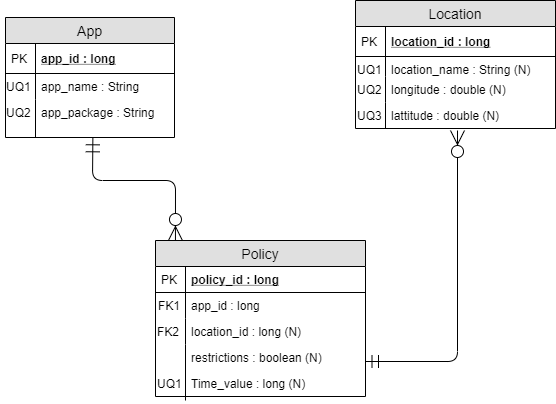
This is docs/erd.png from TraceDecker/the-watcher, a draw.io export, as it was before one commit. Source tidied: cells renumbered, new cells last; positions are measured from the earlier drawing's top-left corner, leaving out a move shared by most shapes. The source it was exported from:
```xml
<mxGraphModel background="#ffffff">
  <root>
    <mxCell id="0" />
    <mxCell id="1" parent="0" />
    <mxCell id="2" value="App" style="swimlane;fontStyle=0;horizontal=1;startSize=26;fillColor=#e0e0e0;swimlaneFillColor=#ffffff;align=center;fontSize=14;" parent="1" vertex="1">
      <mxGeometry x="5" y="17" width="169" height="120" as="geometry" />
    </mxCell>
    <mxCell id="3" value="app_id : long" style="shape=partialRectangle;top=0;left=0;right=0;bottom=1;align=left;verticalAlign=middle;fillColor=none;spacingLeft=34;spacingRight=4;overflow=hidden;fontStyle=5;fontSize=12;" parent="2" vertex="1">
      <mxGeometry y="26" width="169" height="30" as="geometry" />
    </mxCell>
    <mxCell id="4" value="PK" style="shape=partialRectangle;top=0;left=0;bottom=0;fillColor=none;align=left;verticalAlign=middle;spacingLeft=4;spacingRight=4;overflow=hidden;fontSize=12;" parent="3" vertex="1">
      <mxGeometry width="30" height="30" as="geometry" />
    </mxCell>
    <mxCell id="5" value="app_name : String" style="shape=partialRectangle;top=0;left=0;right=0;bottom=0;align=left;verticalAlign=top;fillColor=none;spacingLeft=34;spacingRight=4;overflow=hidden;fontSize=12;" parent="2" vertex="1">
      <mxGeometry y="56" width="169" height="26" as="geometry" />
    </mxCell>
    <mxCell id="6" value="UQ1" style="shape=partialRectangle;top=0;left=0;bottom=0;fillColor=none;align=left;verticalAlign=top;spacingLeft=4;spacingRight=4;overflow=hidden;fontSize=12;" parent="5" vertex="1">
      <mxGeometry x="-5" width="35" height="26" as="geometry" />
    </mxCell>
    <mxCell id="7" value="app_package : String" style="shape=partialRectangle;top=0;left=0;right=0;bottom=0;align=left;verticalAlign=top;fillColor=none;spacingLeft=34;spacingRight=4;overflow=hidden;points=[[0,0.5],[1,0.5]];portConstraint=eastwest;fontSize=12;" parent="2" vertex="1">
      <mxGeometry y="82" width="169" height="38" as="geometry" />
    </mxCell>
    <mxCell id="8" value="UQ2" style="shape=partialRectangle;top=0;left=0;bottom=0;fillColor=none;align=left;verticalAlign=top;spacingLeft=4;spacingRight=4;overflow=hidden;fontSize=12;" parent="7" vertex="1">
      <mxGeometry x="-5" width="35" height="38" as="geometry" />
    </mxCell>
    <mxCell id="9" value="Location" style="swimlane;fontStyle=0;horizontal=1;startSize=26;fillColor=#e0e0e0;swimlaneFillColor=#ffffff;align=center;fontSize=14;" parent="1" vertex="1">
      <mxGeometry x="355" width="200" height="128" as="geometry" />
    </mxCell>
    <mxCell id="10" value="location_id : long" style="shape=partialRectangle;top=0;left=0;right=0;bottom=1;align=left;verticalAlign=middle;fillColor=none;spacingLeft=34;spacingRight=4;overflow=hidden;fontStyle=5;fontSize=12;" parent="9" vertex="1">
      <mxGeometry y="26" width="200" height="30" as="geometry" />
    </mxCell>
    <mxCell id="11" value="PK" style="shape=partialRectangle;top=0;left=0;bottom=0;fillColor=none;align=left;verticalAlign=middle;spacingLeft=4;spacingRight=4;overflow=hidden;fontSize=12;" parent="10" vertex="1">
      <mxGeometry width="30" height="30" as="geometry" />
    </mxCell>
    <mxCell id="12" value="location_name : String (N)" style="shape=partialRectangle;top=0;left=0;right=0;bottom=0;align=left;verticalAlign=top;fillColor=none;spacingLeft=34;spacingRight=4;overflow=hidden;fontSize=12;" parent="9" vertex="1">
      <mxGeometry y="56" width="200" height="20" as="geometry" />
    </mxCell>
    <mxCell id="13" value="UQ1" style="shape=partialRectangle;top=0;left=0;bottom=0;fillColor=none;align=left;verticalAlign=top;spacingLeft=4;spacingRight=4;overflow=hidden;fontSize=12;" parent="12" vertex="1">
      <mxGeometry x="-4" width="34" height="20" as="geometry" />
    </mxCell>
    <mxCell id="14" value="longitude : double (N)" style="shape=partialRectangle;top=0;left=0;right=0;bottom=0;align=left;verticalAlign=top;fillColor=none;spacingLeft=34;spacingRight=4;overflow=hidden;fontSize=12;" parent="9" vertex="1">
      <mxGeometry y="76" width="200" height="26" as="geometry" />
    </mxCell>
    <mxCell id="15" value="UQ2" style="shape=partialRectangle;top=0;left=0;bottom=0;fillColor=none;align=left;verticalAlign=top;spacingLeft=4;spacingRight=4;overflow=hidden;fontSize=12;" parent="14" vertex="1">
      <mxGeometry x="-4" width="34" height="26" as="geometry" />
    </mxCell>
    <mxCell id="16" value="lattitude : double (N)" style="shape=partialRectangle;top=0;left=0;right=0;bottom=0;align=left;verticalAlign=top;fillColor=none;spacingLeft=34;spacingRight=4;overflow=hidden;fontSize=12;" parent="9" vertex="1">
      <mxGeometry y="102" width="200" height="26" as="geometry" />
    </mxCell>
    <mxCell id="17" value="UQ3" style="shape=partialRectangle;top=0;left=0;bottom=0;fillColor=none;align=left;verticalAlign=top;spacingLeft=4;spacingRight=4;overflow=hidden;fontSize=12;" parent="16" vertex="1">
      <mxGeometry x="-4" width="34" height="26" as="geometry" />
    </mxCell>
    <mxCell id="18" value="Policy" style="swimlane;fontStyle=0;horizontal=1;startSize=26;fillColor=#e0e0e0;swimlaneFillColor=#ffffff;align=center;fontSize=14;" parent="1" vertex="1">
      <mxGeometry x="155" y="240" width="210" height="156" as="geometry" />
    </mxCell>
    <mxCell id="19" value="policy_id : long" style="shape=partialRectangle;top=0;left=0;right=0;bottom=1;align=left;verticalAlign=middle;fillColor=none;spacingLeft=34;spacingRight=4;overflow=hidden;fontStyle=5;fontSize=12;" parent="18" vertex="1">
      <mxGeometry y="26" width="210" height="26" as="geometry" />
    </mxCell>
    <mxCell id="20" value="PK" style="shape=partialRectangle;top=0;left=0;bottom=0;fillColor=none;align=left;verticalAlign=middle;spacingLeft=4;spacingRight=4;overflow=hidden;fontSize=12;" parent="19" vertex="1">
      <mxGeometry width="30" height="26" as="geometry" />
    </mxCell>
    <mxCell id="21" value="app_id : long" style="shape=partialRectangle;top=0;left=0;right=0;bottom=0;align=left;verticalAlign=top;fillColor=none;spacingLeft=34;spacingRight=4;overflow=hidden;fontSize=12;" parent="18" vertex="1">
      <mxGeometry y="52" width="210" height="26" as="geometry" />
    </mxCell>
    <mxCell id="22" value="FK1" style="shape=partialRectangle;top=0;left=0;bottom=0;fillColor=none;align=left;verticalAlign=top;spacingLeft=4;spacingRight=4;overflow=hidden;fontSize=12;" parent="21" vertex="1">
      <mxGeometry x="-3" width="33" height="26" as="geometry" />
    </mxCell>
    <mxCell id="23" value="location_id : long (N)" style="shape=partialRectangle;top=0;left=0;right=0;bottom=0;align=left;verticalAlign=top;fillColor=none;spacingLeft=34;spacingRight=4;overflow=hidden;fontSize=12;" parent="18" vertex="1">
      <mxGeometry y="78" width="210" height="26" as="geometry" />
    </mxCell>
    <mxCell id="24" value="FK2" style="shape=partialRectangle;top=0;left=0;bottom=0;fillColor=none;align=left;verticalAlign=top;spacingLeft=4;spacingRight=4;overflow=hidden;fontSize=12;" parent="23" vertex="1">
      <mxGeometry x="-4" width="34" height="26" as="geometry" />
    </mxCell>
    <mxCell id="25" value="restrictions : boolean (N)" style="shape=partialRectangle;top=0;left=0;right=0;bottom=0;align=left;verticalAlign=top;fillColor=none;spacingLeft=34;spacingRight=4;overflow=hidden;fontSize=12;" parent="18" vertex="1">
      <mxGeometry y="104" width="210" height="32" as="geometry" />
    </mxCell>
    <mxCell id="26" style="shape=partialRectangle;top=0;left=0;bottom=0;fillColor=none;align=left;verticalAlign=top;spacingLeft=4;spacingRight=4;overflow=hidden;fontSize=12;" parent="25" vertex="1">
      <mxGeometry width="30" height="32" as="geometry" />
    </mxCell>
    <mxCell id="27" style="shape=partialRectangle;top=0;left=0;right=0;bottom=0;align=left;verticalAlign=top;fillColor=none;spacingLeft=34;spacingRight=4;overflow=hidden;fontSize=12;" parent="18" vertex="1">
      <mxGeometry y="136" width="210" height="20" as="geometry" />
    </mxCell>
    <mxCell id="28" style="shape=partialRectangle;top=0;left=0;bottom=0;fillColor=none;align=left;verticalAlign=top;spacingLeft=4;spacingRight=4;overflow=hidden;fontSize=12;" parent="27" vertex="1">
      <mxGeometry width="30" height="20" as="geometry" />
    </mxCell>
    <mxCell id="29" style="endArrow=ERmandOne;endFill=0;endSize=12;html=1;exitX=0.095;exitY=0;exitDx=0;exitDy=0;startArrow=ERzeroToMany;startFill=1;exitPerimeter=0;entryX=0.517;entryY=1.008;entryDx=0;entryDy=0;entryPerimeter=0;startSize=12;" parent="1" edge="1" source="18" target="7">
      <mxGeometry relative="1" as="geometry">
        <Array as="points">
          <mxPoint x="175" y="180" />
          <mxPoint x="92" y="180" />
        </Array>
      </mxGeometry>
    </mxCell>
    <mxCell id="30" style="endArrow=ERzeroToMany;endFill=1;endSize=12;html=1;startArrow=ERmandOne;startFill=0;startSize=11;" parent="1" edge="1">
      <mxGeometry relative="1" as="geometry">
        <mxPoint x="365" y="361" as="sourcePoint" />
        <mxPoint x="457" y="130" as="targetPoint" />
        <Array as="points">
          <mxPoint x="457" y="361" />
        </Array>
      </mxGeometry>
    </mxCell>
    <mxCell id="31" value="Time_value : long (N)" style="shape=partialRectangle;top=0;left=0;right=0;bottom=0;align=left;verticalAlign=top;fillColor=none;spacingLeft=34;spacingRight=4;overflow=hidden;fontSize=12;" parent="1" vertex="1">
      <mxGeometry x="155" y="370" width="210" height="30" as="geometry" />
    </mxCell>
    <mxCell id="32" value="UQ1" style="shape=partialRectangle;top=0;left=0;bottom=0;fillColor=none;align=left;verticalAlign=top;spacingLeft=4;spacingRight=4;overflow=hidden;fontSize=12;" parent="31" vertex="1">
      <mxGeometry x="-4" width="34" height="30" as="geometry" />
    </mxCell>
  </root>
</mxGraphModel>
```
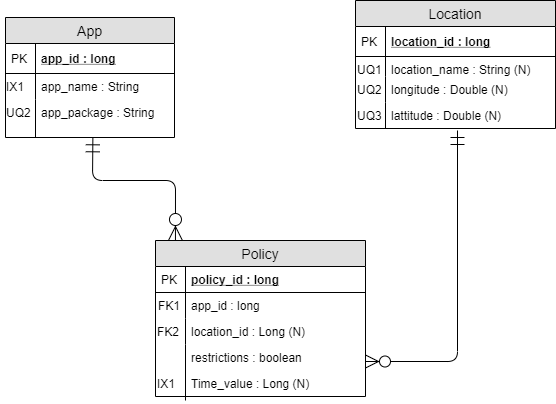
The same diagram one commit later.

Diff of the diagram source:
```diff
@@ -14,7 +14,7 @@
     <mxCell id="5" value="app_name : String" style="shape=partialRectangle;top=0;left=0;right=0;bottom=0;align=left;verticalAlign=top;fillColor=none;spacingLeft=34;spacingRight=4;overflow=hidden;fontSize=12;" parent="2" vertex="1">
       <mxGeometry y="56" width="169" height="26" as="geometry" />
     </mxCell>
-    <mxCell id="6" value="UQ1" style="shape=partialRectangle;top=0;left=0;bottom=0;fillColor=none;align=left;verticalAlign=top;spacingLeft=4;spacingRight=4;overflow=hidden;fontSize=12;" parent="5" vertex="1">
+    <mxCell id="6" value="IX1" style="shape=partialRectangle;top=0;left=0;bottom=0;fillColor=none;align=left;verticalAlign=top;spacingLeft=4;spacingRight=4;overflow=hidden;fontSize=12;" parent="5" vertex="1">
       <mxGeometry x="-5" width="35" height="26" as="geometry" />
     </mxCell>
     <mxCell id="7" value="app_package : String" style="shape=partialRectangle;top=0;left=0;right=0;bottom=0;align=left;verticalAlign=top;fillColor=none;spacingLeft=34;spacingRight=4;overflow=hidden;points=[[0,0.5],[1,0.5]];portConstraint=eastwest;fontSize=12;" parent="2" vertex="1">
@@ -38,13 +38,13 @@
     <mxCell id="13" value="UQ1" style="shape=partialRectangle;top=0;left=0;bottom=0;fillColor=none;align=left;verticalAlign=top;spacingLeft=4;spacingRight=4;overflow=hidden;fontSize=12;" parent="12" vertex="1">
       <mxGeometry x="-4" width="34" height="20" as="geometry" />
     </mxCell>
-    <mxCell id="14" value="longitude : double (N)" style="shape=partialRectangle;top=0;left=0;right=0;bottom=0;align=left;verticalAlign=top;fillColor=none;spacingLeft=34;spacingRight=4;overflow=hidden;fontSize=12;" parent="9" vertex="1">
+    <mxCell id="14" value="longitude : Double (N)" style="shape=partialRectangle;top=0;left=0;right=0;bottom=0;align=left;verticalAlign=top;fillColor=none;spacingLeft=34;spacingRight=4;overflow=hidden;fontSize=12;" parent="9" vertex="1">
       <mxGeometry y="76" width="200" height="26" as="geometry" />
     </mxCell>
     <mxCell id="15" value="UQ2" style="shape=partialRectangle;top=0;left=0;bottom=0;fillColor=none;align=left;verticalAlign=top;spacingLeft=4;spacingRight=4;overflow=hidden;fontSize=12;" parent="14" vertex="1">
       <mxGeometry x="-4" width="34" height="26" as="geometry" />
     </mxCell>
-    <mxCell id="16" value="lattitude : double (N)" style="shape=partialRectangle;top=0;left=0;right=0;bottom=0;align=left;verticalAlign=top;fillColor=none;spacingLeft=34;spacingRight=4;overflow=hidden;fontSize=12;" parent="9" vertex="1">
+    <mxCell id="16" value="lattitude : Double (N)" style="shape=partialRectangle;top=0;left=0;right=0;bottom=0;align=left;verticalAlign=top;fillColor=none;spacingLeft=34;spacingRight=4;overflow=hidden;fontSize=12;" parent="9" vertex="1">
       <mxGeometry y="102" width="200" height="26" as="geometry" />
     </mxCell>
     <mxCell id="17" value="UQ3" style="shape=partialRectangle;top=0;left=0;bottom=0;fillColor=none;align=left;verticalAlign=top;spacingLeft=4;spacingRight=4;overflow=hidden;fontSize=12;" parent="16" vertex="1">
@@ -65,13 +65,13 @@
     <mxCell id="22" value="FK1" style="shape=partialRectangle;top=0;left=0;bottom=0;fillColor=none;align=left;verticalAlign=top;spacingLeft=4;spacingRight=4;overflow=hidden;fontSize=12;" parent="21" vertex="1">
       <mxGeometry x="-3" width="33" height="26" as="geometry" />
     </mxCell>
-    <mxCell id="23" value="location_id : long (N)" style="shape=partialRectangle;top=0;left=0;right=0;bottom=0;align=left;verticalAlign=top;fillColor=none;spacingLeft=34;spacingRight=4;overflow=hidden;fontSize=12;" parent="18" vertex="1">
+    <mxCell id="23" value="location_id : Long (N)" style="shape=partialRectangle;top=0;left=0;right=0;bottom=0;align=left;verticalAlign=top;fillColor=none;spacingLeft=34;spacingRight=4;overflow=hidden;fontSize=12;" parent="18" vertex="1">
       <mxGeometry y="78" width="210" height="26" as="geometry" />
     </mxCell>
     <mxCell id="24" value="FK2" style="shape=partialRectangle;top=0;left=0;bottom=0;fillColor=none;align=left;verticalAlign=top;spacingLeft=4;spacingRight=4;overflow=hidden;fontSize=12;" parent="23" vertex="1">
       <mxGeometry x="-4" width="34" height="26" as="geometry" />
     </mxCell>
-    <mxCell id="25" value="restrictions : boolean (N)" style="shape=partialRectangle;top=0;left=0;right=0;bottom=0;align=left;verticalAlign=top;fillColor=none;spacingLeft=34;spacingRight=4;overflow=hidden;fontSize=12;" parent="18" vertex="1">
+    <mxCell id="25" value="restrictions : boolean" style="shape=partialRectangle;top=0;left=0;right=0;bottom=0;align=left;verticalAlign=top;fillColor=none;spacingLeft=34;spacingRight=4;overflow=hidden;fontSize=12;" parent="18" vertex="1">
       <mxGeometry y="104" width="210" height="32" as="geometry" />
     </mxCell>
     <mxCell id="26" style="shape=partialRectangle;top=0;left=0;bottom=0;fillColor=none;align=left;verticalAlign=top;spacingLeft=4;spacingRight=4;overflow=hidden;fontSize=12;" parent="25" vertex="1">
@@ -91,7 +91,7 @@
         </Array>
       </mxGeometry>
     </mxCell>
-    <mxCell id="30" style="endArrow=ERzeroToMany;endFill=1;endSize=12;html=1;startArrow=ERmandOne;startFill=0;startSize=11;" parent="1" edge="1">
+    <mxCell id="30" style="endArrow=ERmandOne;endFill=0;endSize=12;html=1;startArrow=ERzeroToMany;startFill=1;startSize=11;" parent="1" edge="1">
       <mxGeometry relative="1" as="geometry">
         <mxPoint x="365" y="361" as="sourcePoint" />
         <mxPoint x="457" y="130" as="targetPoint" />
@@ -100,10 +100,10 @@
         </Array>
       </mxGeometry>
     </mxCell>
-    <mxCell id="31" value="Time_value : long (N)" style="shape=partialRectangle;top=0;left=0;right=0;bottom=0;align=left;verticalAlign=top;fillColor=none;spacingLeft=34;spacingRight=4;overflow=hidden;fontSize=12;" parent="1" vertex="1">
+    <mxCell id="31" value="Time_value : Long (N)" style="shape=partialRectangle;top=0;left=0;right=0;bottom=0;align=left;verticalAlign=top;fillColor=none;spacingLeft=34;spacingRight=4;overflow=hidden;fontSize=12;" parent="1" vertex="1">
       <mxGeometry x="155" y="370" width="210" height="30" as="geometry" />
     </mxCell>
-    <mxCell id="32" value="UQ1" style="shape=partialRectangle;top=0;left=0;bottom=0;fillColor=none;align=left;verticalAlign=top;spacingLeft=4;spacingRight=4;overflow=hidden;fontSize=12;" parent="31" vertex="1">
+    <mxCell id="32" value="IX1" style="shape=partialRectangle;top=0;left=0;bottom=0;fillColor=none;align=left;verticalAlign=top;spacingLeft=4;spacingRight=4;overflow=hidden;fontSize=12;" parent="31" vertex="1">
       <mxGeometry x="-4" width="34" height="30" as="geometry" />
     </mxCell>
   </root>
```
